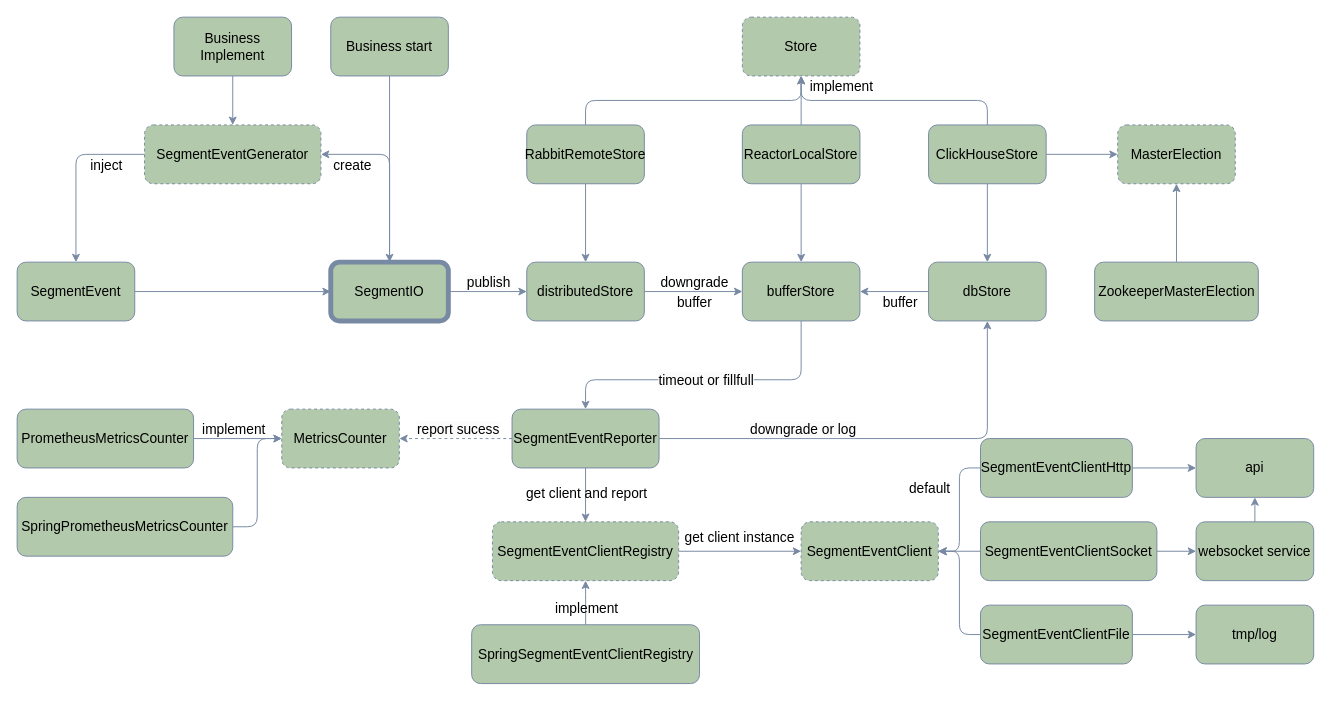
sheldon-pacvue/segmenet-event keeps this draw.io diagram as assets/SegmentEvent-V2.drawio. Above is the earlier version. Source tidied: cells renumbered, new cells numbered last; positions are measured from the earlier drawing's top-left corner, leaving out a move shared by most shapes. Both pictures are drawn from the tidied source at 98%, with x=0, y=0 at pixel (17, 17).
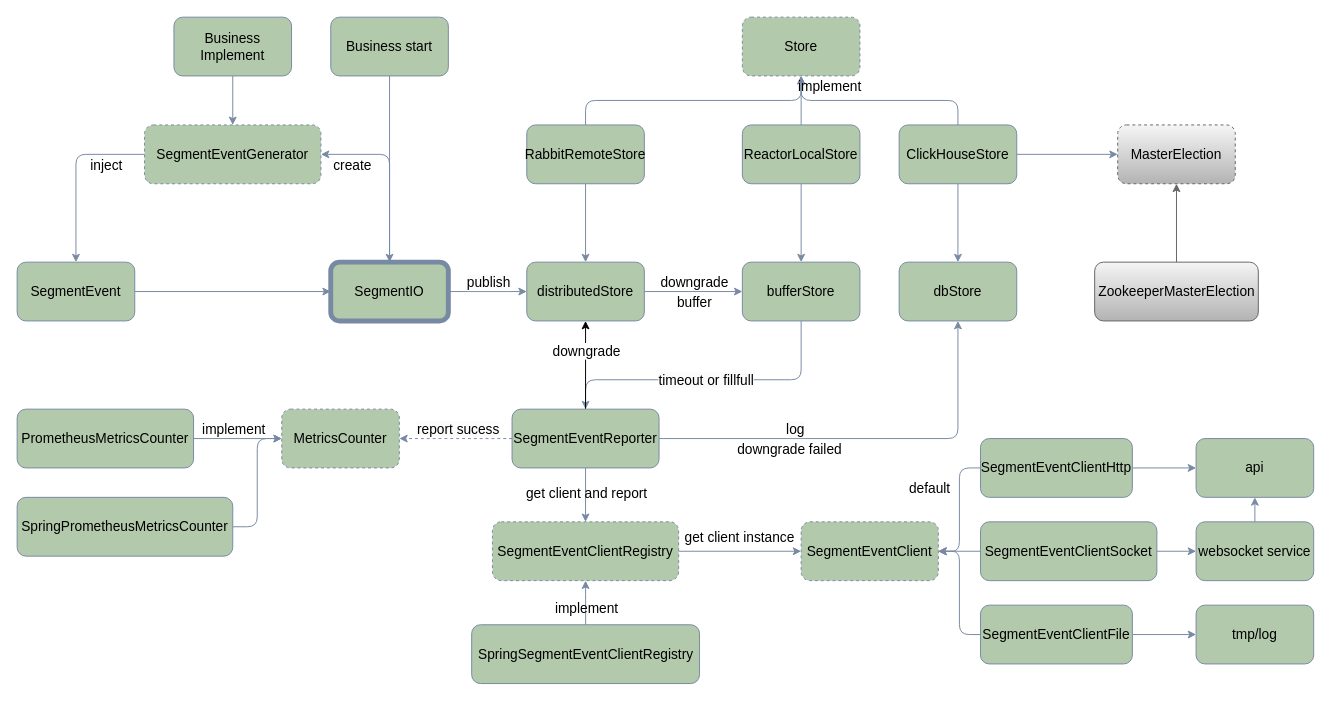
The same diagram, later.

The change refers to these unchanged cells:
```xml
<mxCell id="8" style="edgeStyle=orthogonalEdgeStyle;rounded=1;jettySize=auto;html=1;entryX=0.5;entryY=1;entryDx=0;entryDy=0;labelBackgroundColor=none;strokeColor=#788AA3;fontColor=#000000;fontSize=14;" parent="1" edge="1" source="28" target="69">
  <mxGeometry relative="1" as="geometry" />
</mxCell>
<mxCell id="28" value="SegmentEventReporter" style="rounded=1;whiteSpace=wrap;html=1;strokeColor=#788AA3;fillColor=#B2C9AB;labelBackgroundColor=none;fontSize=14;fontColor=#000000;" parent="1" vertex="1">
  <mxGeometry x="505" y="400" width="150" height="60" as="geometry" />
</mxCell>
<mxCell id="29" value="distributedStore" style="rounded=1;whiteSpace=wrap;html=1;strokeColor=#788AA3;fillColor=#B2C9AB;labelBackgroundColor=none;fontSize=14;fontColor=#000000;" parent="1" vertex="1">
  <mxGeometry x="520" y="250" width="120" height="60" as="geometry" />
</mxCell>
<mxCell id="30" value="bufferStore" style="rounded=1;whiteSpace=wrap;html=1;strokeColor=#788AA3;fillColor=#B2C9AB;labelBackgroundColor=none;fontSize=14;fontColor=#000000;" parent="1" vertex="1">
  <mxGeometry x="740" y="250" width="120" height="60" as="geometry" />
</mxCell>
```

Change to the diagram source:
```diff
@@
-    <mxCell id="9" value="&lt;span style=&quot;background-color: rgb(251, 251, 251);&quot;&gt;downgrade or log&lt;/span&gt;" style="edgeLabel;html=1;align=center;verticalAlign=middle;fontSize=14;fontColor=#000000;" parent="8" vertex="1">
+    <mxCell id="9" value="&lt;span style=&quot;background-color: rgb(251, 251, 251);&quot;&gt;log&lt;/span&gt;" style="edgeLabel;html=1;align=center;verticalAlign=middle;fontSize=14;fontColor=#000000;" parent="8" vertex="1">
       <mxGeometry x="-0.47" y="2" relative="1" as="geometry">
         <mxPoint x="25" y="-8" as="offset" />
       </mxGeometry>
     </mxCell>
+    <mxCell id="75" value="downgrade failed" style="edgeLabel;html=1;align=center;verticalAlign=middle;fontSize=14;" parent="8" vertex="1">
+      <mxGeometry x="-0.11" y="-4" relative="1" as="geometry">
+        <mxPoint x="-57" y="6" as="offset" />
+      </mxGeometry>
+    </mxCell>
@@
+    <mxCell id="76" style="edgeStyle=orthogonalEdgeStyle;rounded=0;jettySize=auto;html=1;entryX=0.5;entryY=1;entryDx=0;entryDy=0;" parent="1" edge="1" source="28" target="29">
+      <mxGeometry relative="1" as="geometry" />
+    </mxCell>
+    <mxCell id="77" value="downgrade" style="edgeLabel;html=1;align=center;verticalAlign=middle;fontSize=14;" parent="76" vertex="1">
+      <mxGeometry x="0.38" y="1" relative="1" as="geometry">
+        <mxPoint x="1" y="2" as="offset" />
+      </mxGeometry>
+    </mxCell>
@@
     <mxCell id="66" value="ClickHouseStore" style="rounded=1;whiteSpace=wrap;html=1;strokeColor=#788AA3;fillColor=#B2C9AB;labelBackgroundColor=none;fontSize=14;fontColor=#000000;" parent="1" vertex="1">
-      <mxGeometry x="930" y="110" width="120" height="60" as="geometry" />
+      <mxGeometry x="900" y="110" width="120" height="60" as="geometry" />
     </mxCell>
-    <mxCell id="67" style="edgeStyle=orthogonalEdgeStyle;rounded=1;jettySize=auto;html=1;entryX=1;entryY=0.5;entryDx=0;entryDy=0;labelBackgroundColor=none;strokeColor=#788AA3;fontColor=#000000;fontSize=14;" parent="1" edge="1" source="69" target="30">
-      <mxGeometry relative="1" as="geometry" />
-    </mxCell>
-    <mxCell id="68" value="buffer" style="edgeLabel;html=1;align=center;verticalAlign=middle;fontSize=14;rounded=1;labelBackgroundColor=none;fontColor=#000000;" parent="67" vertex="1">
-      <mxGeometry y="-1" relative="1" as="geometry">
-        <mxPoint x="5" y="11" as="offset" />
-      </mxGeometry>
-    </mxCell>
     <mxCell id="69" value="dbStore" style="rounded=1;whiteSpace=wrap;html=1;strokeColor=#788AA3;fillColor=#B2C9AB;labelBackgroundColor=none;fontSize=14;fontColor=#000000;" parent="1" vertex="1">
-      <mxGeometry x="930" y="250" width="120" height="60" as="geometry" />
+      <mxGeometry x="900" y="250" width="120" height="60" as="geometry" />
     </mxCell>
@@
-    <mxCell id="72" value="MasterElection" style="rounded=1;whiteSpace=wrap;html=1;strokeColor=#788AA3;fillColor=#B2C9AB;labelBackgroundColor=none;fontSize=14;dashed=1;fontColor=#000000;" parent="1" vertex="1">
+    <mxCell id="72" value="MasterElection" style="rounded=1;whiteSpace=wrap;html=1;strokeColor=#666666;fillColor=#f5f5f5;labelBackgroundColor=none;fontSize=14;dashed=1;gradientColor=#b3b3b3;" parent="1" vertex="1">
       <mxGeometry x="1123" y="110" width="120" height="60" as="geometry" />
     </mxCell>
-    <mxCell id="73" style="edgeStyle=orthogonalEdgeStyle;rounded=1;jettySize=auto;html=1;labelBackgroundColor=none;strokeColor=#788AA3;fontColor=#000000;fontSize=14;" parent="1" edge="1" source="74" target="72">
+    <mxCell id="73" style="edgeStyle=orthogonalEdgeStyle;rounded=1;jettySize=auto;html=1;labelBackgroundColor=none;strokeColor=#666666;fontColor=#000000;fontSize=14;fillColor=#f5f5f5;gradientColor=#b3b3b3;" parent="1" edge="1" source="74" target="72">
       <mxGeometry relative="1" as="geometry" />
     </mxCell>
-    <mxCell id="74" value="ZookeeperMasterElection" style="rounded=1;whiteSpace=wrap;html=1;strokeColor=#788AA3;fillColor=#B2C9AB;labelBackgroundColor=none;fontSize=14;fontColor=#000000;" parent="1" vertex="1">
+    <mxCell id="74" value="ZookeeperMasterElection" style="rounded=1;whiteSpace=wrap;html=1;strokeColor=#666666;fillColor=#f5f5f5;labelBackgroundColor=none;fontSize=14;gradientColor=#b3b3b3;" parent="1" vertex="1">
       <mxGeometry x="1099.5" y="250" width="167" height="60" as="geometry" />
     </mxCell>
```
